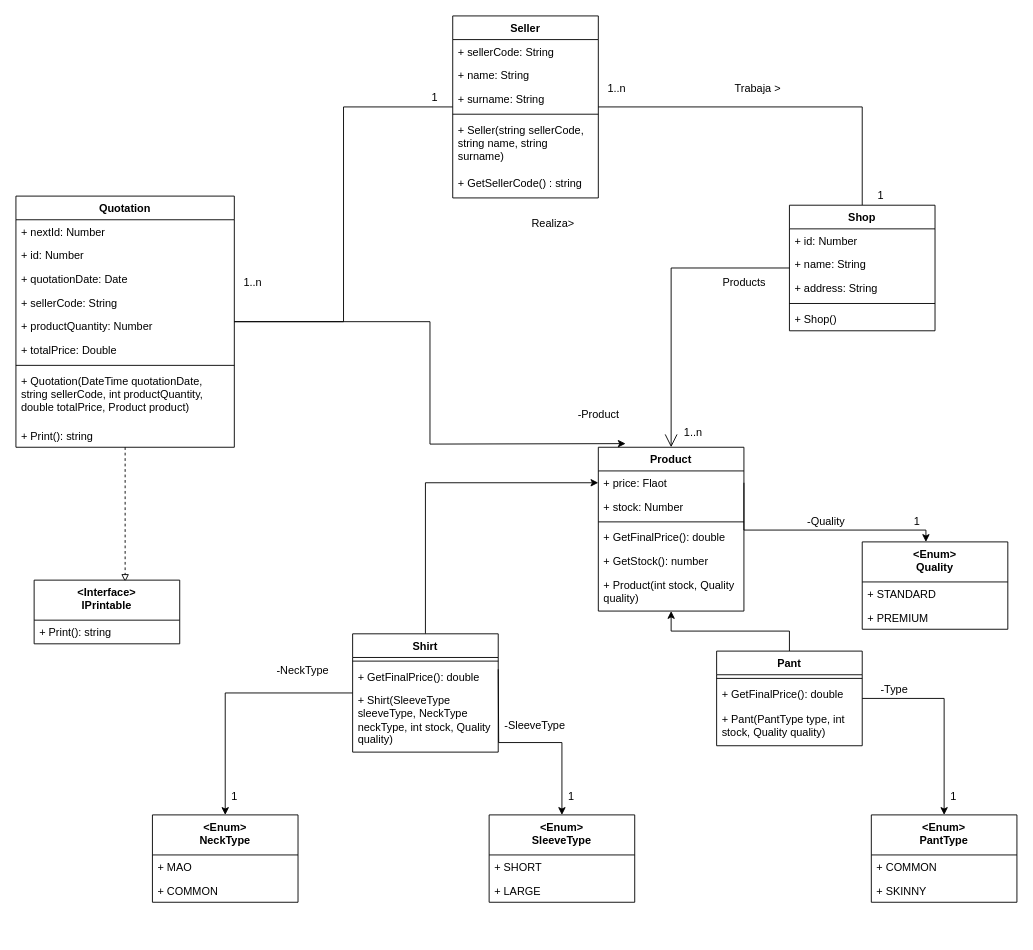
The draw.io diagram Cotizador.drawio in Elianfarias/examen-primer-modulo-quark, before the edit. Source tidied: cells renumbered, new cells numbered last; positions are measured from the earlier drawing's top-left corner, leaving out a move shared by most shapes. Both pictures are drawn from the tidied source at 91%, with x=0, y=0 at pixel (15, 15).
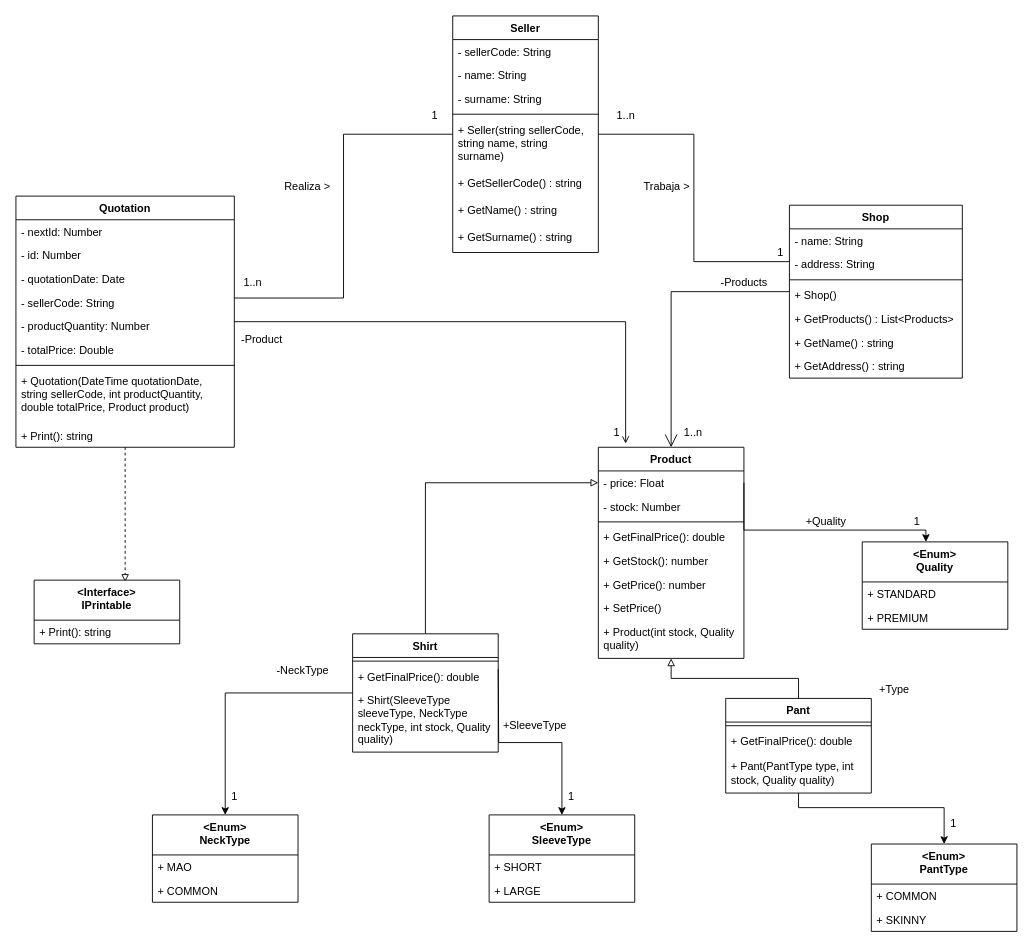
Above is the later version.

The change refers to these unchanged cells:
```xml
<mxCell id="27" value="Quotation" style="swimlane;fontStyle=1;align=center;verticalAlign=top;horizontal=1;startSize=26;" parent="1" vertex="1">
  <mxGeometry y="198" width="240" height="276" as="geometry" />
</mxCell>
<mxCell id="46" value="Shirt" style="swimlane;fontStyle=1;align=center;verticalAlign=top;horizontal=1;startSize=26;" parent="1" vertex="1">
  <mxGeometry x="370" y="679" width="160" height="130" as="geometry" />
</mxCell>
```

Diff of the diagram source:
```diff
@@
     <mxCell id="3" style="edgeStyle=orthogonalEdgeStyle;rounded=0;jettySize=auto;html=1;endArrow=none;endFill=0;" parent="1" edge="1" source="4" target="11">
-      <mxGeometry relative="1" as="geometry" />
+      <mxGeometry relative="1" as="geometry">
+        <Array as="points">
+          <mxPoint x="745" y="130" />
+          <mxPoint x="745" y="270" />
+        </Array>
+      </mxGeometry>
     </mxCell>
     <mxCell id="4" value="Seller" style="swimlane;fontStyle=1;align=center;verticalAlign=top;horizontal=1;startSize=26;" parent="1" vertex="1">
-      <mxGeometry x="480" width="160" height="200" as="geometry" />
+      <mxGeometry x="480" width="160" height="260" as="geometry" />
     </mxCell>
-    <mxCell id="5" value="+ sellerCode: String" style="text;strokeColor=none;fillColor=none;align=left;verticalAlign=top;spacingLeft=4;spacingRight=4;overflow=hidden;" parent="4" vertex="1">
+    <mxCell id="5" value="- sellerCode: String" style="text;strokeColor=none;fillColor=none;align=left;verticalAlign=top;spacingLeft=4;spacingRight=4;overflow=hidden;" parent="4" vertex="1">
       <mxGeometry y="26" width="160" height="26" as="geometry" />
     </mxCell>
-    <mxCell id="6" value="+ name: String" style="text;strokeColor=none;fillColor=none;align=left;verticalAlign=top;spacingLeft=4;spacingRight=4;overflow=hidden;" parent="4" vertex="1">
+    <mxCell id="6" value="- name: String" style="text;strokeColor=none;fillColor=none;align=left;verticalAlign=top;spacingLeft=4;spacingRight=4;overflow=hidden;" parent="4" vertex="1">
       <mxGeometry y="52" width="160" height="26" as="geometry" />
     </mxCell>
-    <mxCell id="7" value="+ surname: String" style="text;strokeColor=none;fillColor=none;align=left;verticalAlign=top;spacingLeft=4;spacingRight=4;overflow=hidden;" parent="4" vertex="1">
+    <mxCell id="7" value="- surname: String" style="text;strokeColor=none;fillColor=none;align=left;verticalAlign=top;spacingLeft=4;spacingRight=4;overflow=hidden;" parent="4" vertex="1">
       <mxGeometry y="78" width="160" height="26" as="geometry" />
     </mxCell>
@@
+    <mxCell id="83" value="+ GetName() : string" style="text;strokeColor=none;fillColor=none;align=left;verticalAlign=top;spacingLeft=4;spacingRight=4;overflow=hidden;whiteSpace=wrap;" parent="4" vertex="1">
+      <mxGeometry y="200" width="160" height="30" as="geometry" />
+    </mxCell>
+    <mxCell id="84" value="+ GetSurname() : string" style="text;strokeColor=none;fillColor=none;align=left;verticalAlign=top;spacingLeft=4;spacingRight=4;overflow=hidden;whiteSpace=wrap;" parent="4" vertex="1">
+      <mxGeometry y="230" width="160" height="30" as="geometry" />
+    </mxCell>
     <mxCell id="11" value="Shop" style="swimlane;fontStyle=1;align=center;verticalAlign=top;horizontal=1;startSize=26;" parent="1" vertex="1">
-      <mxGeometry x="850" y="208" width="160" height="138" as="geometry" />
+      <mxGeometry x="850" y="208" width="190" height="190" as="geometry" />
     </mxCell>
-    <mxCell id="12" value="+ id: Number" style="text;strokeColor=none;fillColor=none;align=left;verticalAlign=top;spacingLeft=4;spacingRight=4;overflow=hidden;" parent="11" vertex="1">
-      <mxGeometry y="26" width="160" height="26" as="geometry" />
-    </mxCell>
-    <mxCell id="13" value="+ name: String" style="text;strokeColor=none;fillColor=none;align=left;verticalAlign=top;spacingLeft=4;spacingRight=4;overflow=hidden;" parent="11" vertex="1">
-      <mxGeometry y="52" width="160" height="26" as="geometry" />
+    <mxCell id="13" value="- name: String" style="text;strokeColor=none;fillColor=none;align=left;verticalAlign=top;spacingLeft=4;spacingRight=4;overflow=hidden;" parent="11" vertex="1">
+      <mxGeometry y="26" width="190" height="26" as="geometry" />
     </mxCell>
-    <mxCell id="14" value="+ address: String" style="text;strokeColor=none;fillColor=none;align=left;verticalAlign=top;spacingLeft=4;spacingRight=4;overflow=hidden;" parent="11" vertex="1">
-      <mxGeometry y="78" width="160" height="26" as="geometry" />
+    <mxCell id="14" value="- address: String" style="text;strokeColor=none;fillColor=none;align=left;verticalAlign=top;spacingLeft=4;spacingRight=4;overflow=hidden;" parent="11" vertex="1">
+      <mxGeometry y="52" width="190" height="26" as="geometry" />
     </mxCell>
     <mxCell id="15" style="line;strokeWidth=1;fillColor=none;align=left;verticalAlign=middle;spacingTop=-1;spacingLeft=3;spacingRight=3;labelPosition=right;" parent="11" vertex="1">
-      <mxGeometry y="104" width="160" height="8" as="geometry" />
+      <mxGeometry y="78" width="190" height="8" as="geometry" />
     </mxCell>
     <mxCell id="16" value="+ Shop()" style="text;strokeColor=none;fillColor=none;align=left;verticalAlign=top;spacingLeft=4;spacingRight=4;overflow=hidden;" parent="11" vertex="1">
-      <mxGeometry y="112" width="160" height="26" as="geometry" />
+      <mxGeometry y="86" width="190" height="26" as="geometry" />
     </mxCell>
+    <mxCell id="85" value="+ GetProducts() : List&lt;Products&gt;" style="text;strokeColor=none;fillColor=none;align=left;verticalAlign=top;spacingLeft=4;spacingRight=4;overflow=hidden;" parent="11" vertex="1">
+      <mxGeometry y="112" width="190" height="26" as="geometry" />
+    </mxCell>
+    <mxCell id="86" value="+ GetName() : string" style="text;strokeColor=none;fillColor=none;align=left;verticalAlign=top;spacingLeft=4;spacingRight=4;overflow=hidden;" parent="11" vertex="1">
+      <mxGeometry y="138" width="190" height="26" as="geometry" />
+    </mxCell>
+    <mxCell id="87" value="+ GetAddress() : string" style="text;strokeColor=none;fillColor=none;align=left;verticalAlign=top;spacingLeft=4;spacingRight=4;overflow=hidden;" parent="11" vertex="1">
+      <mxGeometry y="164" width="190" height="26" as="geometry" />
+    </mxCell>
     <mxCell id="17" value="Product" style="swimlane;fontStyle=1;align=center;verticalAlign=top;horizontal=1;startSize=26;" parent="1" vertex="1">
-      <mxGeometry x="640" y="474" width="160" height="180" as="geometry" />
+      <mxGeometry x="640" y="474" width="160" height="232" as="geometry" />
     </mxCell>
-    <mxCell id="18" value="+ price: Flaot" style="text;strokeColor=none;fillColor=none;align=left;verticalAlign=top;spacingLeft=4;spacingRight=4;overflow=hidden;points=[[0,0.5],[1,0.5]];portConstraint=eastwest;" parent="17" vertex="1">
+    <mxCell id="18" value="- price: Float" style="text;strokeColor=none;fillColor=none;align=left;verticalAlign=top;spacingLeft=4;spacingRight=4;overflow=hidden;points=[[0,0.5],[1,0.5]];portConstraint=eastwest;" parent="17" vertex="1">
       <mxGeometry y="26" width="160" height="26" as="geometry" />
     </mxCell>
-    <mxCell id="19" value="+ stock: Number" style="text;strokeColor=none;fillColor=none;align=left;verticalAlign=top;spacingLeft=4;spacingRight=4;overflow=hidden;" parent="17" vertex="1">
+    <mxCell id="19" value="- stock: Number" style="text;strokeColor=none;fillColor=none;align=left;verticalAlign=top;spacingLeft=4;spacingRight=4;overflow=hidden;" parent="17" vertex="1">
       <mxGeometry y="52" width="160" height="26" as="geometry" />
     </mxCell>
@@
+    <mxCell id="88" value="+ GetPrice(): number" style="text;strokeColor=none;fillColor=none;align=left;verticalAlign=top;spacingLeft=4;spacingRight=4;overflow=hidden;" parent="17" vertex="1">
+      <mxGeometry y="138" width="160" height="26" as="geometry" />
+    </mxCell>
+    <mxCell id="89" value="+ SetPrice()" style="text;strokeColor=none;fillColor=none;align=left;verticalAlign=top;spacingLeft=4;spacingRight=4;overflow=hidden;" parent="17" vertex="1">
+      <mxGeometry y="164" width="160" height="26" as="geometry" />
+    </mxCell>
     <mxCell id="23" value="+ Product(int stock, Quality quality)" style="text;strokeColor=none;fillColor=none;align=left;verticalAlign=top;spacingLeft=4;spacingRight=4;overflow=hidden;whiteSpace=wrap;" parent="17" vertex="1">
-      <mxGeometry y="138" width="160" height="42" as="geometry" />
+      <mxGeometry y="190" width="160" height="42" as="geometry" />
     </mxCell>
-    <mxCell id="24" style="edgeStyle=orthogonalEdgeStyle;rounded=0;jettySize=auto;html=1;" parent="1" edge="1" source="27">
+    <mxCell id="24" style="edgeStyle=orthogonalEdgeStyle;rounded=0;jettySize=auto;html=1;endArrow=open;endFill=0;" parent="1" edge="1" source="27">
       <mxGeometry relative="1" as="geometry">
         <mxPoint x="670" y="470" as="targetPoint" />
+        <Array as="points">
+          <mxPoint x="670" y="336" />
+        </Array>
       </mxGeometry>
     </mxCell>
     <mxCell id="25" style="edgeStyle=orthogonalEdgeStyle;rounded=0;jettySize=auto;html=1;endArrow=none;endFill=0;" parent="1" edge="1" source="27" target="4">
-      <mxGeometry relative="1" as="geometry" />
+      <mxGeometry relative="1" as="geometry">
+        <Array as="points">
+          <mxPoint x="360" y="310" />
+          <mxPoint x="360" y="130" />
+        </Array>
+      </mxGeometry>
     </mxCell>
@@
-    <mxCell id="28" value="+ nextId: Number" style="text;strokeColor=none;fillColor=none;align=left;verticalAlign=top;spacingLeft=4;spacingRight=4;overflow=hidden;" parent="27" vertex="1">
+    <mxCell id="28" value="- nextId: Number" style="text;strokeColor=none;fillColor=none;align=left;verticalAlign=top;spacingLeft=4;spacingRight=4;overflow=hidden;" parent="27" vertex="1">
       <mxGeometry y="26" width="240" height="26" as="geometry" />
     </mxCell>
-    <mxCell id="29" value="+ id: Number" style="text;strokeColor=none;fillColor=none;align=left;verticalAlign=top;spacingLeft=4;spacingRight=4;overflow=hidden;" parent="27" vertex="1">
+    <mxCell id="29" value="- id: Number" style="text;strokeColor=none;fillColor=none;align=left;verticalAlign=top;spacingLeft=4;spacingRight=4;overflow=hidden;" parent="27" vertex="1">
       <mxGeometry y="52" width="240" height="26" as="geometry" />
     </mxCell>
-    <mxCell id="30" value="+ quotationDate: Date" style="text;strokeColor=none;fillColor=none;align=left;verticalAlign=top;spacingLeft=4;spacingRight=4;overflow=hidden;" parent="27" vertex="1">
+    <mxCell id="30" value="- quotationDate: Date" style="text;strokeColor=none;fillColor=none;align=left;verticalAlign=top;spacingLeft=4;spacingRight=4;overflow=hidden;" parent="27" vertex="1">
       <mxGeometry y="78" width="240" height="26" as="geometry" />
     </mxCell>
-    <mxCell id="31" value="+ sellerCode: String" style="text;strokeColor=none;fillColor=none;align=left;verticalAlign=top;spacingLeft=4;spacingRight=4;overflow=hidden;" parent="27" vertex="1">
+    <mxCell id="31" value="- sellerCode: String" style="text;strokeColor=none;fillColor=none;align=left;verticalAlign=top;spacingLeft=4;spacingRight=4;overflow=hidden;" parent="27" vertex="1">
       <mxGeometry y="104" width="240" height="26" as="geometry" />
     </mxCell>
-    <mxCell id="32" value="+ productQuantity: Number" style="text;strokeColor=none;fillColor=none;align=left;verticalAlign=top;spacingLeft=4;spacingRight=4;overflow=hidden;" parent="27" vertex="1">
+    <mxCell id="32" value="- productQuantity: Number" style="text;strokeColor=none;fillColor=none;align=left;verticalAlign=top;spacingLeft=4;spacingRight=4;overflow=hidden;" parent="27" vertex="1">
       <mxGeometry y="130" width="240" height="26" as="geometry" />
     </mxCell>
-    <mxCell id="33" value="+ totalPrice: Double" style="text;strokeColor=none;fillColor=none;align=left;verticalAlign=top;spacingLeft=4;spacingRight=4;overflow=hidden;" parent="27" vertex="1">
+    <mxCell id="33" value="- totalPrice: Double" style="text;strokeColor=none;fillColor=none;align=left;verticalAlign=top;spacingLeft=4;spacingRight=4;overflow=hidden;" parent="27" vertex="1">
       <mxGeometry y="156" width="240" height="26" as="geometry" />
     </mxCell>
@@
-    <mxCell id="37" style="endArrow=open;html=1;endSize=12;startArrow=none;startSize=14;startFill=0;edgeStyle=orthogonalEdgeStyle;align=left;verticalAlign=bottom;rounded=0;" parent="1" edge="1" source="11" target="17">
+    <mxCell id="37" style="endArrow=open;html=1;endSize=12;startArrow=none;startSize=14;startFill=0;edgeStyle=orthogonalEdgeStyle;align=left;verticalAlign=bottom;rounded=0;endFill=0;" parent="1" edge="1" source="11" target="17">
       <mxGeometry x="-1" y="-12" relative="1" as="geometry">
         <mxPoint x="10" y="6" as="offset" />
       </mxGeometry>
     </mxCell>
@@
-    <mxCell id="43" value="-Quality" style="text;html=1;align=center;verticalAlign=middle;strokeColor=none;fillColor=none;" parent="1" vertex="1">
+    <mxCell id="43" value="+Quality" style="text;html=1;align=center;verticalAlign=middle;strokeColor=none;fillColor=none;" parent="1" vertex="1">
       <mxGeometry x="860" y="546" width="60" height="20" as="geometry" />
     </mxCell>
@@
-    <mxCell id="45" style="edgeStyle=orthogonalEdgeStyle;rounded=0;jettySize=auto;html=1;entryX=0;entryY=0.5;entryDx=0;entryDy=0;" parent="1" edge="1" source="46" target="18">
+    <mxCell id="45" style="edgeStyle=orthogonalEdgeStyle;rounded=0;jettySize=auto;html=1;entryX=0;entryY=0.5;entryDx=0;entryDy=0;endArrow=block;endFill=0;" parent="1" edge="1" source="46" target="18">
       <mxGeometry relative="1" as="geometry" />
     </mxCell>
@@
     <mxCell id="50" style="edgeStyle=orthogonalEdgeStyle;rounded=0;jettySize=auto;html=1;" parent="1" edge="1" source="52" target="56">
-      <mxGeometry relative="1" as="geometry" />
+      <mxGeometry relative="1" as="geometry">
+        <Array as="points">
+          <mxPoint x="860" y="870" />
+          <mxPoint x="1020" y="870" />
+        </Array>
+      </mxGeometry>
     </mxCell>
-    <mxCell id="51" style="edgeStyle=orthogonalEdgeStyle;rounded=0;jettySize=auto;html=1;" parent="1" edge="1" source="52" target="17">
+    <mxCell id="51" style="edgeStyle=orthogonalEdgeStyle;rounded=0;jettySize=auto;html=1;endArrow=block;endFill=0;" parent="1" edge="1" source="52" target="17">
       <mxGeometry relative="1" as="geometry" />
     </mxCell>
     <mxCell id="52" value="Pant" style="swimlane;fontStyle=1;align=center;verticalAlign=top;horizontal=1;startSize=26;" parent="1" vertex="1">
-      <mxGeometry x="770" y="698" width="160" height="104" as="geometry" />
+      <mxGeometry x="780" y="750" width="160" height="104" as="geometry" />
     </mxCell>
@@
     <mxCell id="56" value="&lt;Enum&gt;&#10;PantType" style="swimlane;fontStyle=1;align=center;verticalAlign=top;horizontal=1;startSize=44;" parent="1" vertex="1">
-      <mxGeometry x="940" y="878" width="160" height="96" as="geometry" />
+      <mxGeometry x="940" y="910" width="160" height="96" as="geometry" />
     </mxCell>
@@
     <mxCell id="59" value="1" style="text;html=1;align=center;verticalAlign=middle;strokeColor=none;fillColor=none;" parent="1" vertex="1">
-      <mxGeometry x="1020" y="848" width="20" height="20" as="geometry" />
+      <mxGeometry x="1020" y="878" width="20" height="20" as="geometry" />
     </mxCell>
-    <mxCell id="60" value="-Type" style="text;html=1;align=center;verticalAlign=middle;strokeColor=none;fillColor=none;" parent="1" vertex="1">
+    <mxCell id="60" value="+Type" style="text;html=1;align=center;verticalAlign=middle;strokeColor=none;fillColor=none;" parent="1" vertex="1">
       <mxGeometry x="940" y="730" width="50" height="20" as="geometry" />
     </mxCell>
@@
-    <mxCell id="70" value="-SleeveType" style="text;html=1;align=center;verticalAlign=middle;strokeColor=none;fillColor=none;" parent="1" vertex="1">
-      <mxGeometry x="530" y="770" width="80" height="20" as="geometry" />
+    <mxCell id="70" value="+SleeveType" style="text;html=1;align=center;verticalAlign=middle;strokeColor=none;fillColor=none;" parent="1" vertex="1">
+      <mxGeometry x="525" y="770" width="90" height="20" as="geometry" />
     </mxCell>
@@
     <mxCell id="72" value="-Product" style="text;html=1;align=center;verticalAlign=middle;strokeColor=none;fillColor=none;" parent="1" vertex="1">
-      <mxGeometry x="610" y="428" width="60" height="20" as="geometry" />
+      <mxGeometry x="240" y="346" width="60" height="20" as="geometry" />
     </mxCell>
     <mxCell id="73" value="1" style="text;html=1;align=center;verticalAlign=middle;strokeColor=none;fillColor=none;" parent="1" vertex="1">
-      <mxGeometry x="450" y="80" width="20" height="20" as="geometry" />
+      <mxGeometry x="450" y="100" width="20" height="20" as="geometry" />
     </mxCell>
-    <mxCell id="74" value="Realiza&amp;gt;" style="text;html=1;align=center;verticalAlign=middle;strokeColor=none;fillColor=none;" parent="1" vertex="1">
-      <mxGeometry x="560" y="218" width="60" height="20" as="geometry" />
+    <mxCell id="74" value="Realiza &amp;gt;" style="text;html=1;align=center;verticalAlign=middle;strokeColor=none;fillColor=none;" parent="1" vertex="1">
+      <mxGeometry x="285" y="178" width="70" height="20" as="geometry" />
     </mxCell>
@@
     <mxCell id="76" value="1..n" style="text;html=1;align=center;verticalAlign=middle;strokeColor=none;fillColor=none;" parent="1" vertex="1">
-      <mxGeometry x="640" y="70" width="40" height="20" as="geometry" />
+      <mxGeometry x="650" y="100" width="40" height="20" as="geometry" />
     </mxCell>
     <mxCell id="77" value="Trabaja &amp;gt;" style="text;html=1;align=center;verticalAlign=middle;strokeColor=none;fillColor=none;" parent="1" vertex="1">
-      <mxGeometry x="780" y="70" width="70" height="20" as="geometry" />
+      <mxGeometry x="680" y="178" width="70" height="20" as="geometry" />
     </mxCell>
     <mxCell id="78" value="1" style="text;html=1;align=center;verticalAlign=middle;strokeColor=none;fillColor=none;" parent="1" vertex="1">
-      <mxGeometry x="940" y="188" width="20" height="20" as="geometry" />
+      <mxGeometry x="830" y="250" width="20" height="20" as="geometry" />
     </mxCell>
-    <mxCell id="79" value="Products" style="text;html=1;align=center;verticalAlign=middle;strokeColor=none;fillColor=none;" parent="1" vertex="1">
-      <mxGeometry x="770" y="283" width="60" height="20" as="geometry" />
+    <mxCell id="79" value="-Products" style="text;html=1;align=center;verticalAlign=middle;strokeColor=none;fillColor=none;" parent="1" vertex="1">
+      <mxGeometry x="765" y="283" width="70" height="20" as="geometry" />
     </mxCell>
@@
+    <mxCell id="90" value="1" style="text;html=1;align=center;verticalAlign=middle;strokeColor=none;fillColor=none;" parent="1" vertex="1">
+      <mxGeometry x="650" y="448" width="20" height="20" as="geometry" />
+    </mxCell>
```
